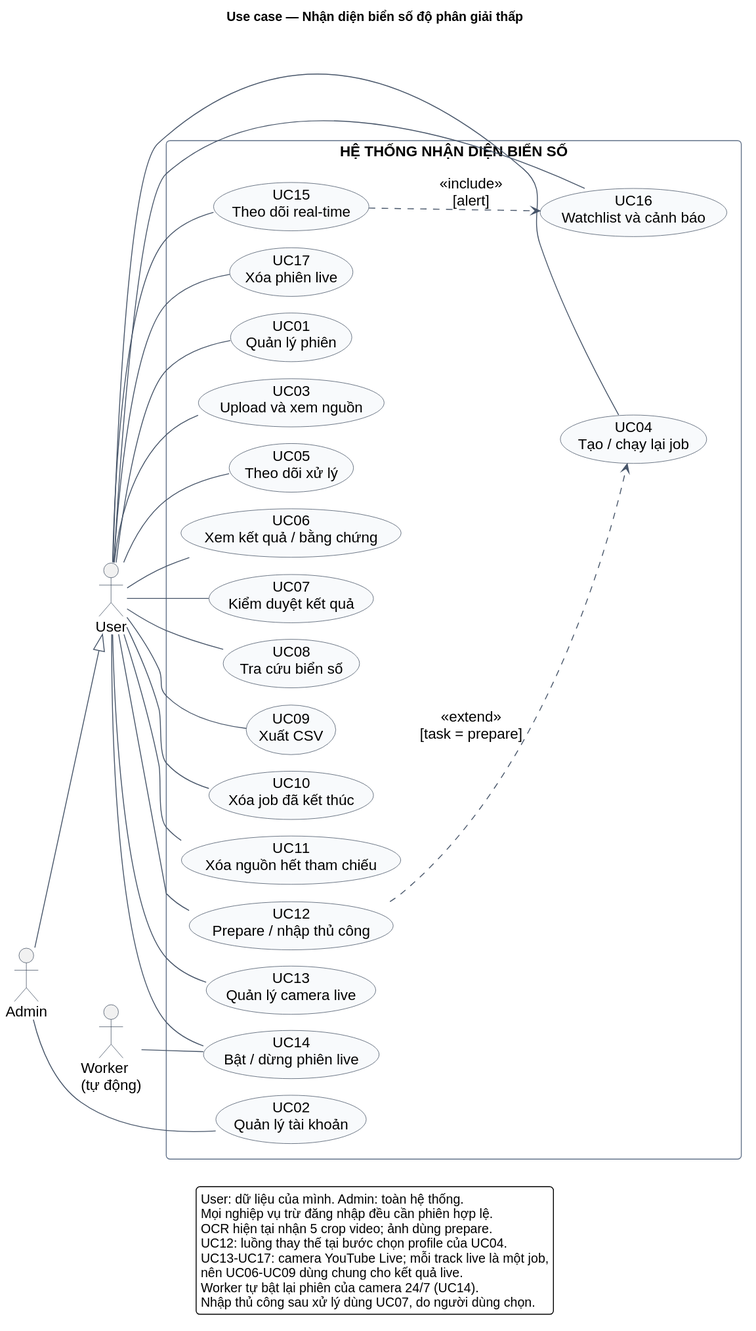
Oszumeiii/Vehicle_Tracking_BE keeps this PlantUML diagram as docs/analysis/diagrams/01-use-case.svg. Above is the earlier version.
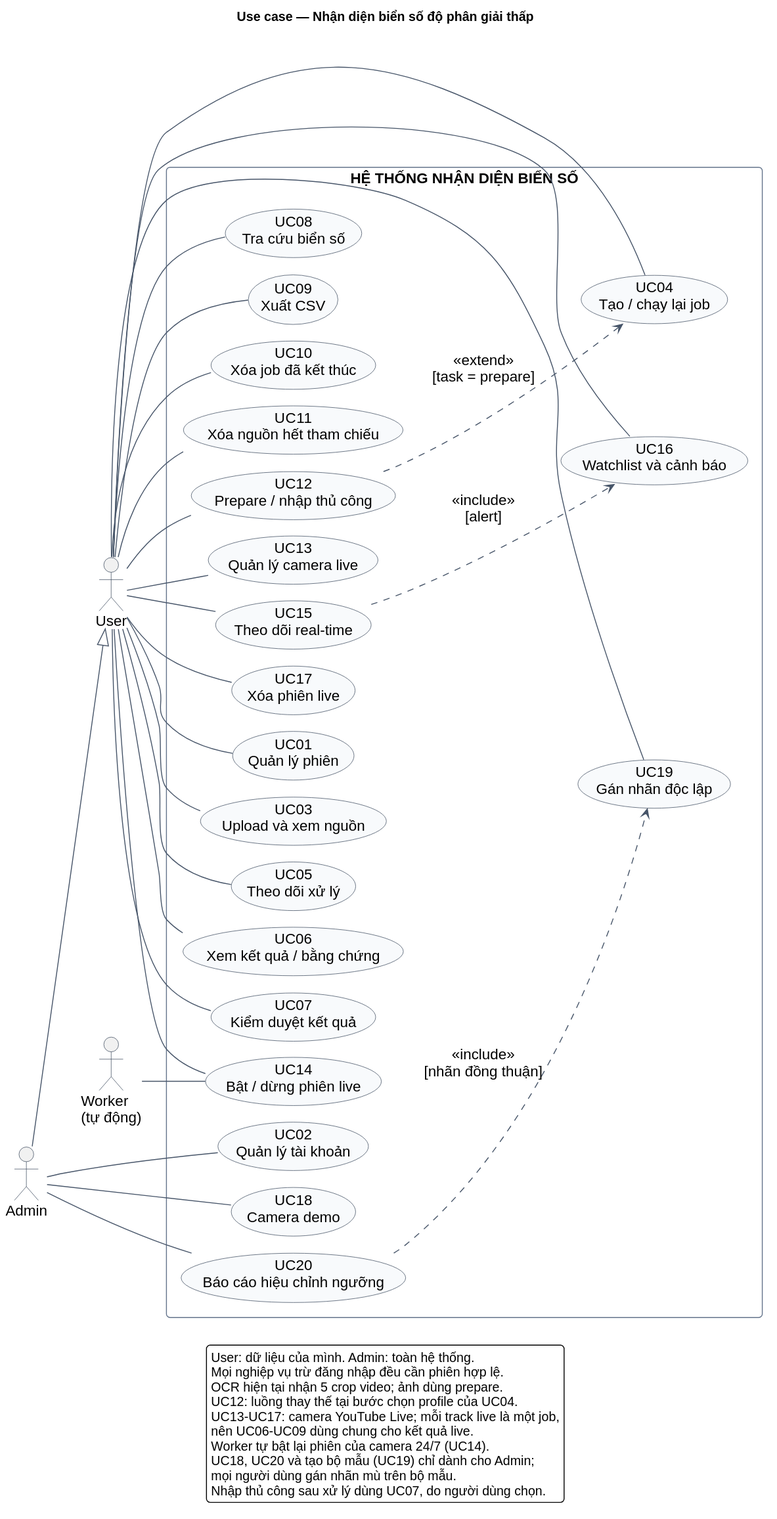
The same diagram one commit later.

The edit, as a diff of the source:
```diff
@@ -39,6 +39,9 @@
   usecase "UC15\nTheo dõi real-time" as UC15
   usecase "UC16\nWatchlist và cảnh báo" as UC16
   usecase "UC17\nXóa phiên live" as UC17
+  usecase "UC18\nCamera demo" as UC18
+  usecase "UC19\nGán nhãn độc lập" as UC19
+  usecase "UC20\nBáo cáo hiệu chỉnh ngưỡng" as UC20
 }
 actor "Worker\n(tự động)" as W
 
@@ -60,6 +63,10 @@
 U -- UC15
 U -- UC16
 U -- UC17
+A -- UC18
+U -- UC19
+A -- UC20
+UC20 ..> UC19 : <<include>>\n[nhãn đồng thuận]
 W -- UC14
 UC15 ..> UC16 : <<include>>\n[alert]
 
@@ -71,6 +78,8 @@
 UC13-UC17: camera YouTube Live; mỗi track live là một job,
 nên UC06-UC09 dùng chung cho kết quả live.
 Worker tự bật lại phiên của camera 24/7 (UC14).
+UC18, UC20 và tạo bộ mẫu (UC19) chỉ dành cho Admin;
+mọi người dùng gán nhãn mù trên bộ mẫu.
 Nhập thủ công sau xử lý dùng UC07, do người dùng chọn.
 endlegend
 @enduml
```
